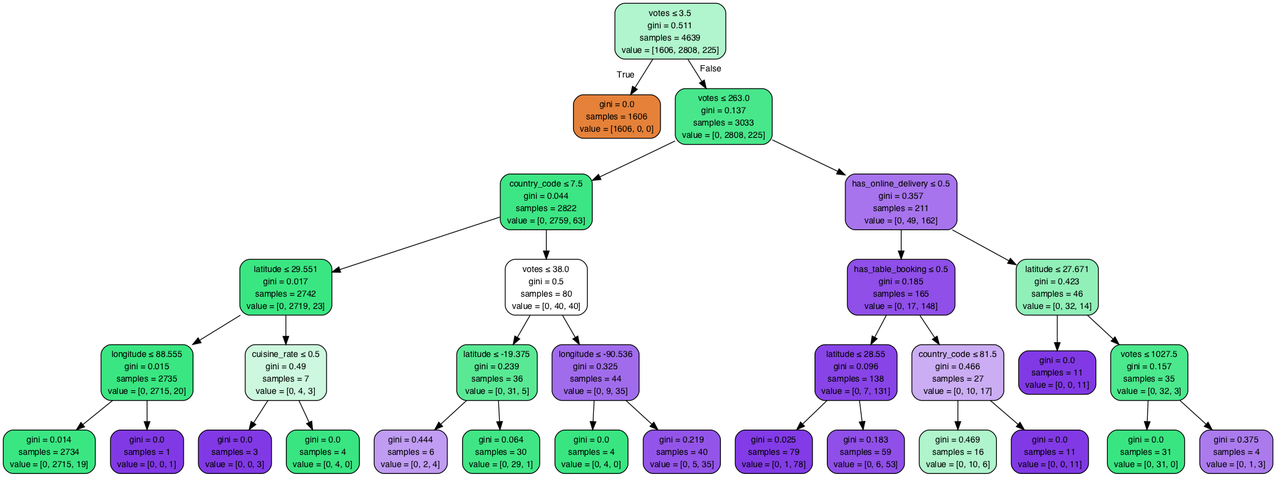
Above: DecisionTree/ratingDCTree.png in HariniGB/MachineLearning (Graphviz), before the change. Its source is kept beside it as DecisionTree/ratingDCTree.dot. The source it was exported from:
```dot
digraph Tree {
node [shape=box, style="filled, rounded", color="black", fontname=helvetica] ;
edge [fontname=helvetica] ;
0 [label=<votes &le; 3.5<br/>gini = 0.511<br/>samples = 4639<br/>value = [1606, 2808, 225]>, fillcolor="#39e58165"] ;
1 [label=<gini = 0.0<br/>samples = 1606<br/>value = [1606, 0, 0]>, fillcolor="#e58139ff"] ;
0 -> 1 [labeldistance=2.5, labelangle=45, headlabel="True"] ;
2 [label=<votes &le; 263.0<br/>gini = 0.137<br/>samples = 3033<br/>value = [0, 2808, 225]>, fillcolor="#39e581eb"] ;
0 -> 2 [labeldistance=2.5, labelangle=-45, headlabel="False"] ;
3 [label=<country_code &le; 7.5<br/>gini = 0.044<br/>samples = 2822<br/>value = [0, 2759, 63]>, fillcolor="#39e581f9"] ;
2 -> 3 ;
4 [label=<latitude &le; 29.551<br/>gini = 0.017<br/>samples = 2742<br/>value = [0, 2719, 23]>, fillcolor="#39e581fd"] ;
3 -> 4 ;
5 [label=<longitude &le; 88.555<br/>gini = 0.015<br/>samples = 2735<br/>value = [0, 2715, 20]>, fillcolor="#39e581fd"] ;
4 -> 5 ;
6 [label=<gini = 0.014<br/>samples = 2734<br/>value = [0, 2715, 19]>, fillcolor="#39e581fd"] ;
5 -> 6 ;
7 [label=<gini = 0.0<br/>samples = 1<br/>value = [0, 0, 1]>, fillcolor="#8139e5ff"] ;
5 -> 7 ;
8 [label=<cuisine_rate &le; 0.5<br/>gini = 0.49<br/>samples = 7<br/>value = [0, 4, 3]>, fillcolor="#39e58140"] ;
4 -> 8 ;
9 [label=<gini = 0.0<br/>samples = 3<br/>value = [0, 0, 3]>, fillcolor="#8139e5ff"] ;
8 -> 9 ;
10 [label=<gini = 0.0<br/>samples = 4<br/>value = [0, 4, 0]>, fillcolor="#39e581ff"] ;
8 -> 10 ;
11 [label=<votes &le; 38.0<br/>gini = 0.5<br/>samples = 80<br/>value = [0, 40, 40]>, fillcolor="#39e58100"] ;
3 -> 11 ;
12 [label=<latitude &le; -19.375<br/>gini = 0.239<br/>samples = 36<br/>value = [0, 31, 5]>, fillcolor="#39e581d6"] ;
11 -> 12 ;
13 [label=<gini = 0.444<br/>samples = 6<br/>value = [0, 2, 4]>, fillcolor="#8139e57f"] ;
12 -> 13 ;
14 [label=<gini = 0.064<br/>samples = 30<br/>value = [0, 29, 1]>, fillcolor="#39e581f6"] ;
12 -> 14 ;
15 [label=<longitude &le; -90.536<br/>gini = 0.325<br/>samples = 44<br/>value = [0, 9, 35]>, fillcolor="#8139e5bd"] ;
11 -> 15 ;
16 [label=<gini = 0.0<br/>samples = 4<br/>value = [0, 4, 0]>, fillcolor="#39e581ff"] ;
15 -> 16 ;
17 [label=<gini = 0.219<br/>samples = 40<br/>value = [0, 5, 35]>, fillcolor="#8139e5db"] ;
15 -> 17 ;
18 [label=<has_online_delivery &le; 0.5<br/>gini = 0.357<br/>samples = 211<br/>value = [0, 49, 162]>, fillcolor="#8139e5b2"] ;
2 -> 18 ;
19 [label=<has_table_booking &le; 0.5<br/>gini = 0.185<br/>samples = 165<br/>value = [0, 17, 148]>, fillcolor="#8139e5e2"] ;
18 -> 19 ;
20 [label=<latitude &le; 28.55<br/>gini = 0.096<br/>samples = 138<br/>value = [0, 7, 131]>, fillcolor="#8139e5f1"] ;
19 -> 20 ;
21 [label=<gini = 0.025<br/>samples = 79<br/>value = [0, 1, 78]>, fillcolor="#8139e5fc"] ;
20 -> 21 ;
22 [label=<gini = 0.183<br/>samples = 59<br/>value = [0, 6, 53]>, fillcolor="#8139e5e2"] ;
20 -> 22 ;
23 [label=<country_code &le; 81.5<br/>gini = 0.466<br/>samples = 27<br/>value = [0, 10, 17]>, fillcolor="#8139e569"] ;
19 -> 23 ;
24 [label=<gini = 0.469<br/>samples = 16<br/>value = [0, 10, 6]>, fillcolor="#39e58166"] ;
23 -> 24 ;
25 [label=<gini = 0.0<br/>samples = 11<br/>value = [0, 0, 11]>, fillcolor="#8139e5ff"] ;
23 -> 25 ;
26 [label=<latitude &le; 27.671<br/>gini = 0.423<br/>samples = 46<br/>value = [0, 32, 14]>, fillcolor="#39e5818f"] ;
18 -> 26 ;
27 [label=<gini = 0.0<br/>samples = 11<br/>value = [0, 0, 11]>, fillcolor="#8139e5ff"] ;
26 -> 27 ;
28 [label=<votes &le; 1027.5<br/>gini = 0.157<br/>samples = 35<br/>value = [0, 32, 3]>, fillcolor="#39e581e7"] ;
26 -> 28 ;
29 [label=<gini = 0.0<br/>samples = 31<br/>value = [0, 31, 0]>, fillcolor="#39e581ff"] ;
28 -> 29 ;
30 [label=<gini = 0.375<br/>samples = 4<br/>value = [0, 1, 3]>, fillcolor="#8139e5aa"] ;
28 -> 30 ;
}
```
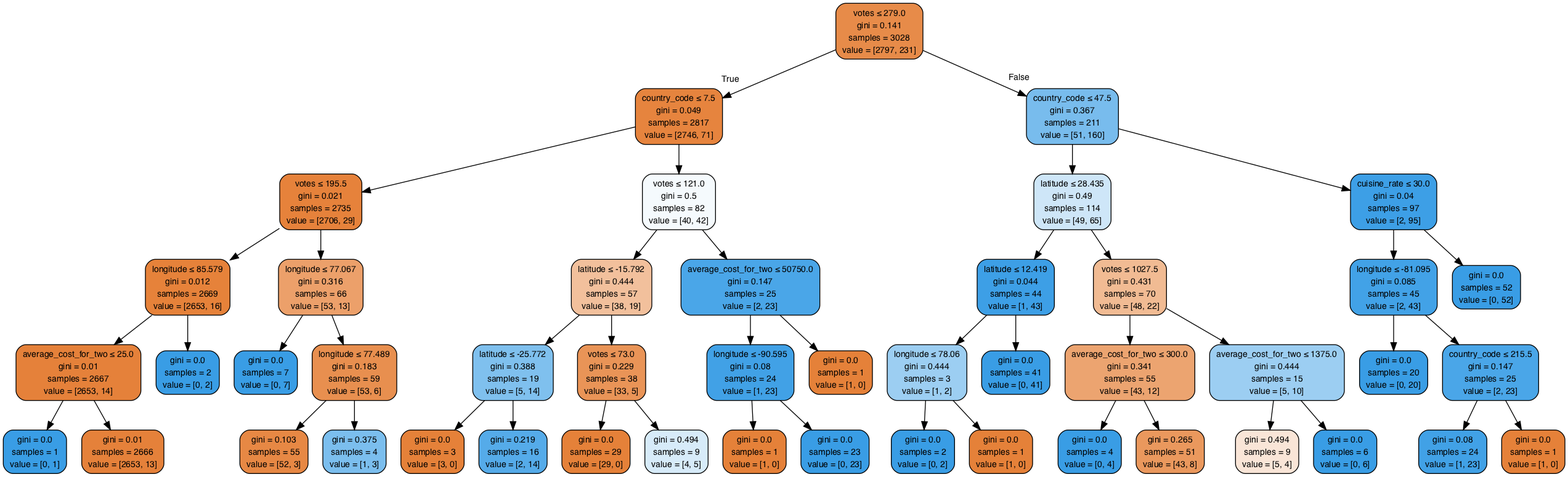
The same file after the commit.

The edit, as a diff of the source:
```diff
@@ -1,65 +1,97 @@
 digraph Tree {
 node [shape=box, style="filled, rounded", color="black", fontname=helvetica] ;
 edge [fontname=helvetica] ;
-0 [label=<votes &le; 3.5<br/>gini = 0.511<br/>samples = 4639<br/>value = [1606, 2808, 225]>, fillcolor="#39e58165"] ;
-1 [label=<gini = 0.0<br/>samples = 1606<br/>value = [1606, 0, 0]>, fillcolor="#e58139ff"] ;
+0 [label=<votes &le; 279.0<br/>gini = 0.141<br/>samples = 3028<br/>value = [2797, 231]>, fillcolor="#e58139ea"] ;
+1 [label=<country_code &le; 7.5<br/>gini = 0.049<br/>samples = 2817<br/>value = [2746, 71]>, fillcolor="#e58139f8"] ;
 0 -> 1 [labeldistance=2.5, labelangle=45, headlabel="True"] ;
-2 [label=<votes &le; 263.0<br/>gini = 0.137<br/>samples = 3033<br/>value = [0, 2808, 225]>, fillcolor="#39e581eb"] ;
-0 -> 2 [labeldistance=2.5, labelangle=-45, headlabel="False"] ;
-3 [label=<country_code &le; 7.5<br/>gini = 0.044<br/>samples = 2822<br/>value = [0, 2759, 63]>, fillcolor="#39e581f9"] ;
+2 [label=<votes &le; 195.5<br/>gini = 0.021<br/>samples = 2735<br/>value = [2706, 29]>, fillcolor="#e58139fc"] ;
+1 -> 2 ;
+3 [label=<longitude &le; 85.579<br/>gini = 0.012<br/>samples = 2669<br/>value = [2653, 16]>, fillcolor="#e58139fd"] ;
 2 -> 3 ;
-4 [label=<latitude &le; 29.551<br/>gini = 0.017<br/>samples = 2742<br/>value = [0, 2719, 23]>, fillcolor="#39e581fd"] ;
+4 [label=<average_cost_for_two &le; 25.0<br/>gini = 0.01<br/>samples = 2667<br/>value = [2653, 14]>, fillcolor="#e58139fe"] ;
 3 -> 4 ;
-5 [label=<longitude &le; 88.555<br/>gini = 0.015<br/>samples = 2735<br/>value = [0, 2715, 20]>, fillcolor="#39e581fd"] ;
+5 [label=<gini = 0.0<br/>samples = 1<br/>value = [0, 1]>, fillcolor="#399de5ff"] ;
 4 -> 5 ;
-6 [label=<gini = 0.014<br/>samples = 2734<br/>value = [0, 2715, 19]>, fillcolor="#39e581fd"] ;
-5 -> 6 ;
-7 [label=<gini = 0.0<br/>samples = 1<br/>value = [0, 0, 1]>, fillcolor="#8139e5ff"] ;
-5 -> 7 ;
-8 [label=<cuisine_rate &le; 0.5<br/>gini = 0.49<br/>samples = 7<br/>value = [0, 4, 3]>, fillcolor="#39e58140"] ;
-4 -> 8 ;
-9 [label=<gini = 0.0<br/>samples = 3<br/>value = [0, 0, 3]>, fillcolor="#8139e5ff"] ;
+6 [label=<gini = 0.01<br/>samples = 2666<br/>value = [2653, 13]>, fillcolor="#e58139fe"] ;
+4 -> 6 ;
+7 [label=<gini = 0.0<br/>samples = 2<br/>value = [0, 2]>, fillcolor="#399de5ff"] ;
+3 -> 7 ;
+8 [label=<longitude &le; 77.067<br/>gini = 0.316<br/>samples = 66<br/>value = [53, 13]>, fillcolor="#e58139c0"] ;
+2 -> 8 ;
+9 [label=<gini = 0.0<br/>samples = 7<br/>value = [0, 7]>, fillcolor="#399de5ff"] ;
 8 -> 9 ;
-10 [label=<gini = 0.0<br/>samples = 4<br/>value = [0, 4, 0]>, fillcolor="#39e581ff"] ;
+10 [label=<longitude &le; 77.489<br/>gini = 0.183<br/>samples = 59<br/>value = [53, 6]>, fillcolor="#e58139e2"] ;
 8 -> 10 ;
-11 [label=<votes &le; 38.0<br/>gini = 0.5<br/>samples = 80<br/>value = [0, 40, 40]>, fillcolor="#39e58100"] ;
-3 -> 11 ;
-12 [label=<latitude &le; -19.375<br/>gini = 0.239<br/>samples = 36<br/>value = [0, 31, 5]>, fillcolor="#39e581d6"] ;
-11 -> 12 ;
-13 [label=<gini = 0.444<br/>samples = 6<br/>value = [0, 2, 4]>, fillcolor="#8139e57f"] ;
-12 -> 13 ;
-14 [label=<gini = 0.064<br/>samples = 30<br/>value = [0, 29, 1]>, fillcolor="#39e581f6"] ;
-12 -> 14 ;
-15 [label=<longitude &le; -90.536<br/>gini = 0.325<br/>samples = 44<br/>value = [0, 9, 35]>, fillcolor="#8139e5bd"] ;
-11 -> 15 ;
-16 [label=<gini = 0.0<br/>samples = 4<br/>value = [0, 4, 0]>, fillcolor="#39e581ff"] ;
+11 [label=<gini = 0.103<br/>samples = 55<br/>value = [52, 3]>, fillcolor="#e58139f0"] ;
+10 -> 11 ;
+12 [label=<gini = 0.375<br/>samples = 4<br/>value = [1, 3]>, fillcolor="#399de5aa"] ;
+10 -> 12 ;
+13 [label=<votes &le; 121.0<br/>gini = 0.5<br/>samples = 82<br/>value = [40, 42]>, fillcolor="#399de50c"] ;
+1 -> 13 ;
+14 [label=<latitude &le; -15.792<br/>gini = 0.444<br/>samples = 57<br/>value = [38, 19]>, fillcolor="#e581397f"] ;
+13 -> 14 ;
+15 [label=<latitude &le; -25.772<br/>gini = 0.388<br/>samples = 19<br/>value = [5, 14]>, fillcolor="#399de5a4"] ;
+14 -> 15 ;
+16 [label=<gini = 0.0<br/>samples = 3<br/>value = [3, 0]>, fillcolor="#e58139ff"] ;
 15 -> 16 ;
-17 [label=<gini = 0.219<br/>samples = 40<br/>value = [0, 5, 35]>, fillcolor="#8139e5db"] ;
+17 [label=<gini = 0.219<br/>samples = 16<br/>value = [2, 14]>, fillcolor="#399de5db"] ;
 15 -> 17 ;
-18 [label=<has_online_delivery &le; 0.5<br/>gini = 0.357<br/>samples = 211<br/>value = [0, 49, 162]>, fillcolor="#8139e5b2"] ;
-2 -> 18 ;
-19 [label=<has_table_booking &le; 0.5<br/>gini = 0.185<br/>samples = 165<br/>value = [0, 17, 148]>, fillcolor="#8139e5e2"] ;
+18 [label=<votes &le; 73.0<br/>gini = 0.229<br/>samples = 38<br/>value = [33, 5]>, fillcolor="#e58139d8"] ;
+14 -> 18 ;
+19 [label=<gini = 0.0<br/>samples = 29<br/>value = [29, 0]>, fillcolor="#e58139ff"] ;
 18 -> 19 ;
-20 [label=<latitude &le; 28.55<br/>gini = 0.096<br/>samples = 138<br/>value = [0, 7, 131]>, fillcolor="#8139e5f1"] ;
-19 -> 20 ;
-21 [label=<gini = 0.025<br/>samples = 79<br/>value = [0, 1, 78]>, fillcolor="#8139e5fc"] ;
-20 -> 21 ;
-22 [label=<gini = 0.183<br/>samples = 59<br/>value = [0, 6, 53]>, fillcolor="#8139e5e2"] ;
-20 -> 22 ;
-23 [label=<country_code &le; 81.5<br/>gini = 0.466<br/>samples = 27<br/>value = [0, 10, 17]>, fillcolor="#8139e569"] ;
-19 -> 23 ;
-24 [label=<gini = 0.469<br/>samples = 16<br/>value = [0, 10, 6]>, fillcolor="#39e58166"] ;
-23 -> 24 ;
-25 [label=<gini = 0.0<br/>samples = 11<br/>value = [0, 0, 11]>, fillcolor="#8139e5ff"] ;
-23 -> 25 ;
-26 [label=<latitude &le; 27.671<br/>gini = 0.423<br/>samples = 46<br/>value = [0, 32, 14]>, fillcolor="#39e5818f"] ;
-18 -> 26 ;
-27 [label=<gini = 0.0<br/>samples = 11<br/>value = [0, 0, 11]>, fillcolor="#8139e5ff"] ;
+20 [label=<gini = 0.494<br/>samples = 9<br/>value = [4, 5]>, fillcolor="#399de533"] ;
+18 -> 20 ;
+21 [label=<average_cost_for_two &le; 50750.0<br/>gini = 0.147<br/>samples = 25<br/>value = [2, 23]>, fillcolor="#399de5e9"] ;
+13 -> 21 ;
+22 [label=<longitude &le; -90.595<br/>gini = 0.08<br/>samples = 24<br/>value = [1, 23]>, fillcolor="#399de5f4"] ;
+21 -> 22 ;
+23 [label=<gini = 0.0<br/>samples = 1<br/>value = [1, 0]>, fillcolor="#e58139ff"] ;
+22 -> 23 ;
+24 [label=<gini = 0.0<br/>samples = 23<br/>value = [0, 23]>, fillcolor="#399de5ff"] ;
+22 -> 24 ;
+25 [label=<gini = 0.0<br/>samples = 1<br/>value = [1, 0]>, fillcolor="#e58139ff"] ;
+21 -> 25 ;
+26 [label=<country_code &le; 47.5<br/>gini = 0.367<br/>samples = 211<br/>value = [51, 160]>, fillcolor="#399de5ae"] ;
+0 -> 26 [labeldistance=2.5, labelangle=-45, headlabel="False"] ;
+27 [label=<latitude &le; 28.435<br/>gini = 0.49<br/>samples = 114<br/>value = [49, 65]>, fillcolor="#399de53f"] ;
 26 -> 27 ;
-28 [label=<votes &le; 1027.5<br/>gini = 0.157<br/>samples = 35<br/>value = [0, 32, 3]>, fillcolor="#39e581e7"] ;
-26 -> 28 ;
-29 [label=<gini = 0.0<br/>samples = 31<br/>value = [0, 31, 0]>, fillcolor="#39e581ff"] ;
+28 [label=<latitude &le; 12.419<br/>gini = 0.044<br/>samples = 44<br/>value = [1, 43]>, fillcolor="#399de5f9"] ;
+27 -> 28 ;
+29 [label=<longitude &le; 78.06<br/>gini = 0.444<br/>samples = 3<br/>value = [1, 2]>, fillcolor="#399de57f"] ;
 28 -> 29 ;
-30 [label=<gini = 0.375<br/>samples = 4<br/>value = [0, 1, 3]>, fillcolor="#8139e5aa"] ;
-28 -> 30 ;
+30 [label=<gini = 0.0<br/>samples = 2<br/>value = [0, 2]>, fillcolor="#399de5ff"] ;
+29 -> 30 ;
+31 [label=<gini = 0.0<br/>samples = 1<br/>value = [1, 0]>, fillcolor="#e58139ff"] ;
+29 -> 31 ;
+32 [label=<gini = 0.0<br/>samples = 41<br/>value = [0, 41]>, fillcolor="#399de5ff"] ;
+28 -> 32 ;
+33 [label=<votes &le; 1027.5<br/>gini = 0.431<br/>samples = 70<br/>value = [48, 22]>, fillcolor="#e581398a"] ;
+27 -> 33 ;
+34 [label=<average_cost_for_two &le; 300.0<br/>gini = 0.341<br/>samples = 55<br/>value = [43, 12]>, fillcolor="#e58139b8"] ;
+33 -> 34 ;
+35 [label=<gini = 0.0<br/>samples = 4<br/>value = [0, 4]>, fillcolor="#399de5ff"] ;
+34 -> 35 ;
+36 [label=<gini = 0.265<br/>samples = 51<br/>value = [43, 8]>, fillcolor="#e58139d0"] ;
+34 -> 36 ;
+37 [label=<average_cost_for_two &le; 1375.0<br/>gini = 0.444<br/>samples = 15<br/>value = [5, 10]>, fillcolor="#399de57f"] ;
+33 -> 37 ;
+38 [label=<gini = 0.494<br/>samples = 9<br/>value = [5, 4]>, fillcolor="#e5813933"] ;
+37 -> 38 ;
+39 [label=<gini = 0.0<br/>samples = 6<br/>value = [0, 6]>, fillcolor="#399de5ff"] ;
+37 -> 39 ;
+40 [label=<cuisine_rate &le; 30.0<br/>gini = 0.04<br/>samples = 97<br/>value = [2, 95]>, fillcolor="#399de5fa"] ;
+26 -> 40 ;
+41 [label=<longitude &le; -81.095<br/>gini = 0.085<br/>samples = 45<br/>value = [2, 43]>, fillcolor="#399de5f3"] ;
+40 -> 41 ;
+42 [label=<gini = 0.0<br/>samples = 20<br/>value = [0, 20]>, fillcolor="#399de5ff"] ;
+41 -> 42 ;
+43 [label=<country_code &le; 215.5<br/>gini = 0.147<br/>samples = 25<br/>value = [2, 23]>, fillcolor="#399de5e9"] ;
+41 -> 43 ;
+44 [label=<gini = 0.08<br/>samples = 24<br/>value = [1, 23]>, fillcolor="#399de5f4"] ;
+43 -> 44 ;
+45 [label=<gini = 0.0<br/>samples = 1<br/>value = [1, 0]>, fillcolor="#e58139ff"] ;
+43 -> 45 ;
+46 [label=<gini = 0.0<br/>samples = 52<br/>value = [0, 52]>, fillcolor="#399de5ff"] ;
+40 -> 46 ;
 }
```
